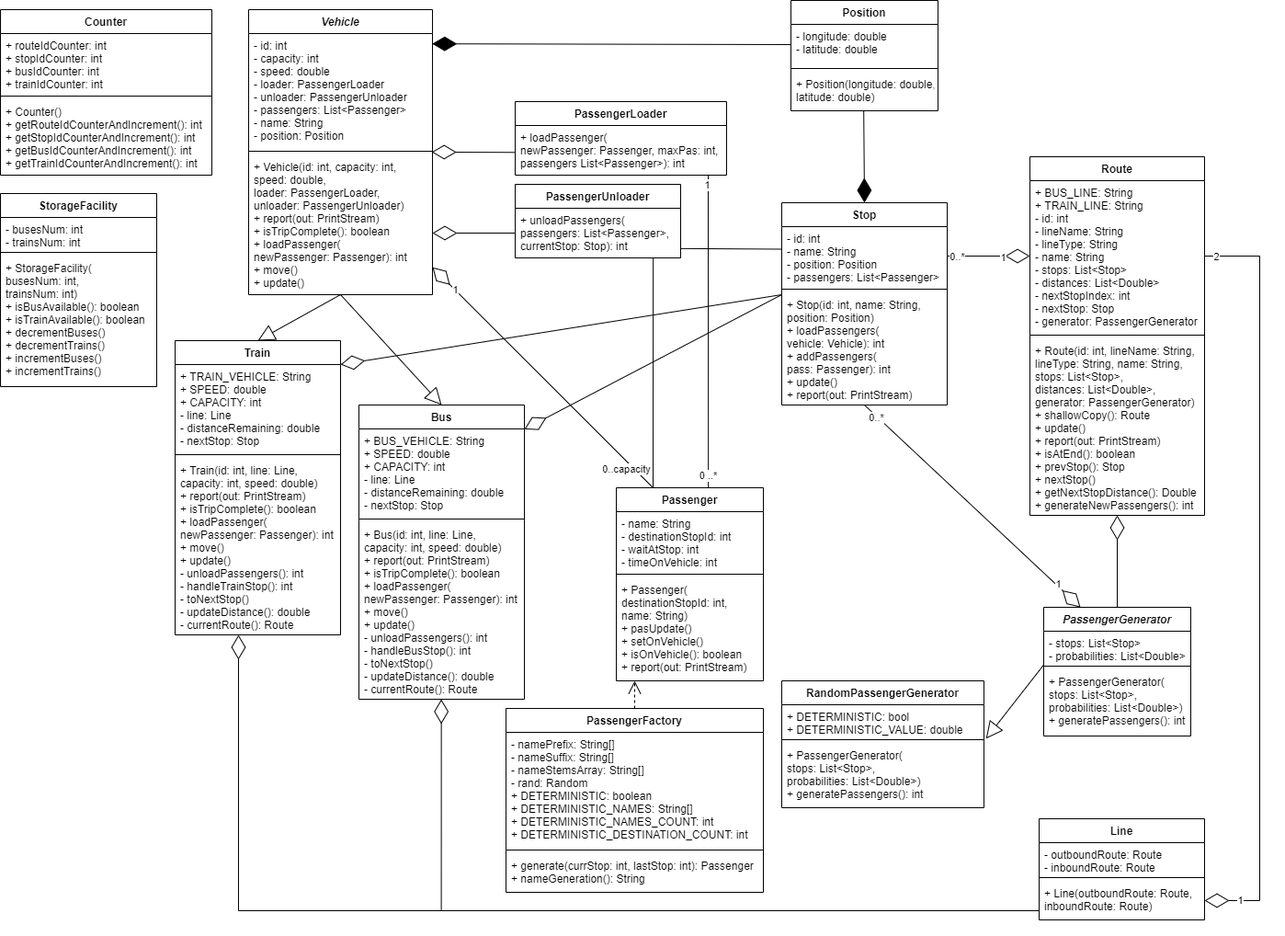
andythepanda101/project_iteration_1-Team41 keeps this draw.io diagram as doc/diagrams/UMLModelClasses.png. Above is the earlier version. Source tidied: cells renumbered, new cells last; positions are measured from the earlier drawing's top-left corner, leaving out a move shared by most shapes.
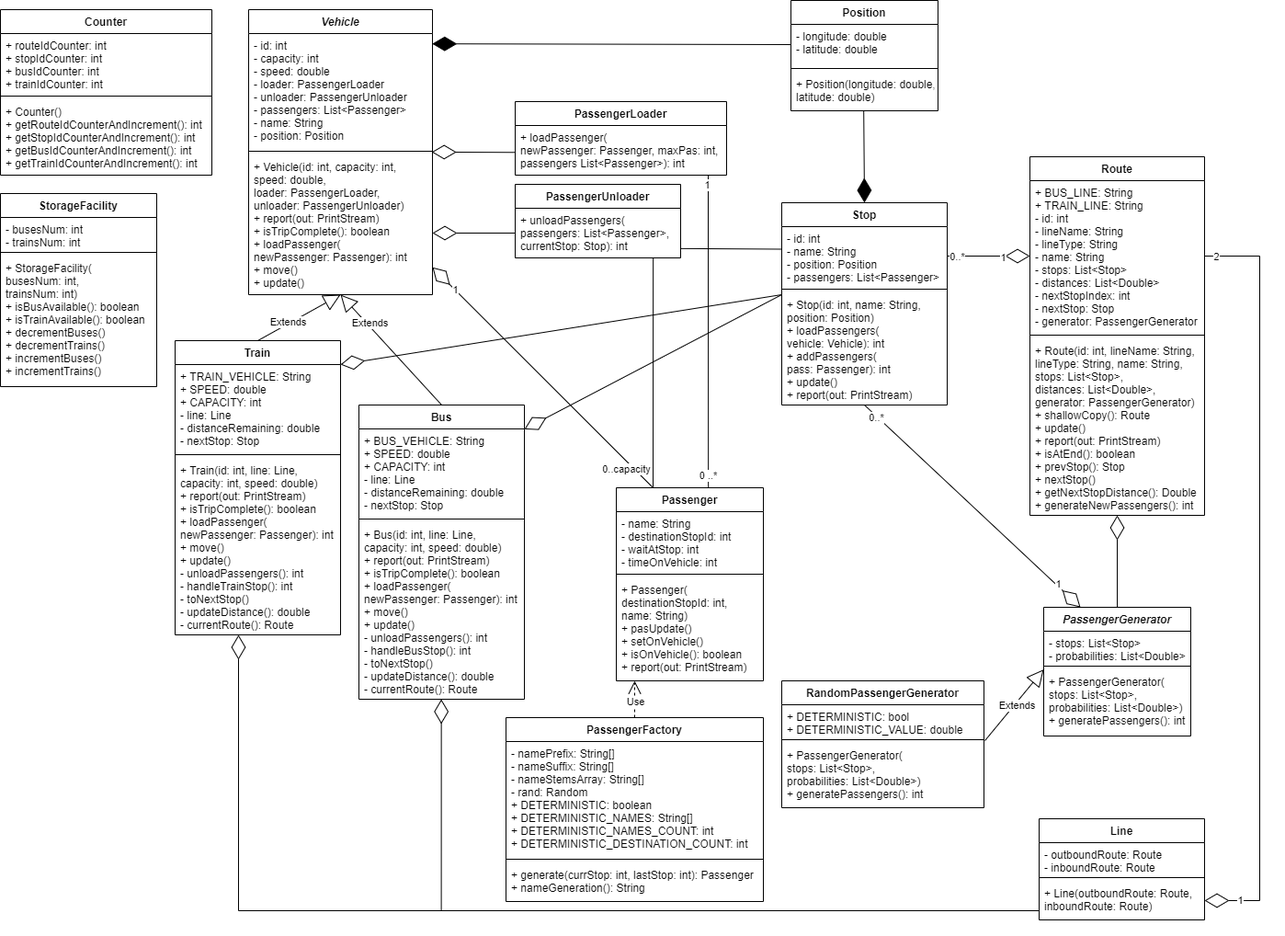
The same file after the commit.

Commit message:
Fixing a couple of mistakes on UML for model classes

What changed in the source:
```diff
@@ -152,7 +152,7 @@
       <mxGeometry y="78" width="160" height="42" as="geometry" />
     </mxCell>
     <mxCell id="51" value="PassengerFactory" style="swimlane;fontStyle=1;align=center;verticalAlign=top;horizontal=1;startSize=26;" parent="1" vertex="1">
-      <mxGeometry x="550" y="770" width="280" height="200" as="geometry" />
+      <mxGeometry x="550" y="780" width="280" height="200" as="geometry" />
     </mxCell>
     <mxCell id="52" value="- namePrefix: String[]&#10;- nameSuffix: String[]&#10;- nameStemsArray: String[]&#10;- rand: Random&#10;+ DETERMINISTIC: boolean&#10;+ DETERMINISTIC_NAMES: String[]&#10;+ DETERMINISTIC_NAMES_COUNT: int&#10;+ DETERMINISTIC_DESTINATION_COUNT: int" style="text;strokeColor=none;fillColor=none;align=left;verticalAlign=top;spacingLeft=4;spacingRight=4;overflow=hidden;" parent="51" vertex="1">
       <mxGeometry y="26" width="280" height="124" as="geometry" />
@@ -187,16 +187,26 @@
     <mxCell id="62" value="+ Train(id: int, line: Line, &#10;capacity: int, speed: double)&#10;+ report(out: PrintStream)&#10;+ isTripComplete(): boolean&#10;+ loadPassenger(&#10;newPassenger: Passenger): int&#10;+ move()&#10;+ update()&#10;- unloadPassengers(): int    &#10;- handleTrainStop(): int&#10;- toNextStop()&#10;- updateDistance(): double&#10;- currentRoute(): Route&#10;" style="text;strokeColor=none;fillColor=none;align=left;verticalAlign=top;spacingLeft=4;spacingRight=4;overflow=hidden;" parent="59" vertex="1">
       <mxGeometry y="128" width="180" height="192" as="geometry" />
     </mxCell>
-    <mxCell id="63" style="endArrow=block;endSize=16;endFill=0;html=1;rounded=0;entryX=0.5;entryY=0;entryDx=0;entryDy=0;" parent="1" edge="1" target="55">
+    <mxCell id="63" style="endArrow=block;endSize=16;endFill=0;html=1;rounded=0;exitX=0.5;exitY=0;exitDx=0;exitDy=0;" parent="1" edge="1" source="55">
       <mxGeometry relative="1" as="geometry">
-        <mxPoint x="370" y="320" as="sourcePoint" />
+        <mxPoint x="370" y="320" as="targetPoint" />
       </mxGeometry>
     </mxCell>
+    <mxCell id="88" value="Extends" style="edgeLabel;html=1;align=center;verticalAlign=middle;" parent="63" vertex="1">
+      <mxGeometry x="-0.23" y="-1" relative="1" as="geometry">
+        <mxPoint x="-38" y="-44" as="offset" />
+      </mxGeometry>
+    </mxCell>
-    <mxCell id="64" style="endArrow=block;endSize=16;endFill=0;html=1;rounded=0;entryX=0.5;entryY=0;entryDx=0;entryDy=0;" parent="1" edge="1" target="59">
+    <mxCell id="64" style="endArrow=block;endSize=16;endFill=0;html=1;rounded=0;exitX=0.5;exitY=0;exitDx=0;exitDy=0;" parent="1" edge="1" source="59">
       <mxGeometry relative="1" as="geometry">
-        <mxPoint x="370" y="320" as="sourcePoint" />
+        <mxPoint x="370" y="320" as="targetPoint" />
       </mxGeometry>
     </mxCell>
+    <mxCell id="89" value="Extends" style="edgeLabel;html=1;align=center;verticalAlign=middle;" parent="64" vertex="1">
+      <mxGeometry x="-0.25" y="2" relative="1" as="geometry">
+        <mxPoint y="-1" as="offset" />
+      </mxGeometry>
+    </mxCell>
     <mxCell id="65" style="endArrow=diamondThin;endFill=0;endSize=24;html=1;rounded=0;entryX=0;entryY=0.5;entryDx=0;entryDy=0;exitX=1;exitY=0.5;exitDx=0;exitDy=0;" parent="1" edge="1" source="11" target="7">
       <mxGeometry relative="1" as="geometry" />
     </mxCell>
@@ -213,9 +223,14 @@
         <mxPoint x="1215" y="560" as="targetPoint" />
       </mxGeometry>
     </mxCell>
-    <mxCell id="69" style="endArrow=block;endSize=16;endFill=0;html=1;rounded=0;exitX=0.001;exitY=1.07;exitDx=0;exitDy=0;exitPerimeter=0;entryX=1.01;entryY=1.086;entryDx=0;entryDy=0;entryPerimeter=0;" parent="1" edge="1" source="44" target="36">
+    <mxCell id="69" style="endArrow=block;endSize=16;endFill=0;html=1;rounded=0;entryX=0;entryY=-0.005;entryDx=0;entryDy=0;entryPerimeter=0;exitX=1.005;exitY=-0.043;exitDx=0;exitDy=0;exitPerimeter=0;" parent="1" edge="1" source="38" target="46">
       <mxGeometry x="-0.12" y="3" relative="1" as="geometry" />
     </mxCell>
+    <mxCell id="90" value="Extends" style="edgeLabel;html=1;align=center;verticalAlign=middle;" parent="69" vertex="1">
+      <mxGeometry x="-0.29" y="1" relative="1" as="geometry">
+        <mxPoint x="12" y="-11" as="offset" />
+      </mxGeometry>
+    </mxCell>
     <mxCell id="70" style="endArrow=diamondThin;endFill=0;endSize=24;html=1;rounded=0;entryX=0.25;entryY=0;entryDx=0;entryDy=0;exitX=0.5;exitY=1;exitDx=0;exitDy=0;exitPerimeter=0;" parent="1" edge="1" source="13" target="43">
       <mxGeometry relative="1" as="geometry" />
     </mxCell>
@@ -274,6 +289,9 @@
     <mxCell id="83" style="endArrow=open;endSize=12;dashed=1;html=1;rounded=0;shadow=0;sketch=0;strokeColor=default;jumpStyle=none;exitX=0.5;exitY=0;exitDx=0;exitDy=0;entryX=0.125;entryY=1;entryDx=0;entryDy=0;entryPerimeter=0;" parent="1" edge="1" source="51" target="26">
       <mxGeometry relative="1" as="geometry" />
     </mxCell>
+    <mxCell id="91" value="Use" style="edgeLabel;html=1;align=center;verticalAlign=middle;" parent="83" vertex="1">
+      <mxGeometry x="-0.09" relative="1" as="geometry" />
+    </mxCell>
     <mxCell id="84" style="endArrow=diamondThin;endFill=0;endSize=24;html=1;rounded=0;shadow=0;sketch=0;strokeColor=default;jumpStyle=none;entryX=0.498;entryY=1;entryDx=0;entryDy=0;entryPerimeter=0;edgeStyle=orthogonalEdgeStyle;" parent="1" edge="1" target="58">
       <mxGeometry relative="1" as="geometry">
         <mxPoint x="1130" y="990" as="sourcePoint" />
```
